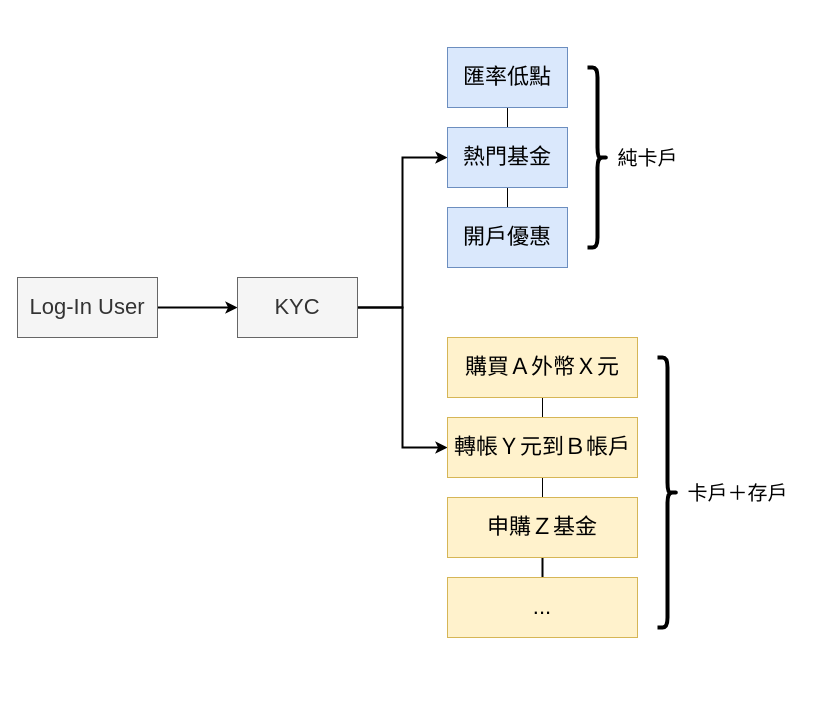
Before: kyc_app.drawio in udothemath/my_drawio, a draw.io diagram. Source tidied: cells renumbered, new cells numbered last; positions are measured from the earlier drawing's top-left corner, leaving out a move shared by most shapes. Both pictures are drawn from the tidied source at 100%, with x=0, y=0 at pixel (17, 47).
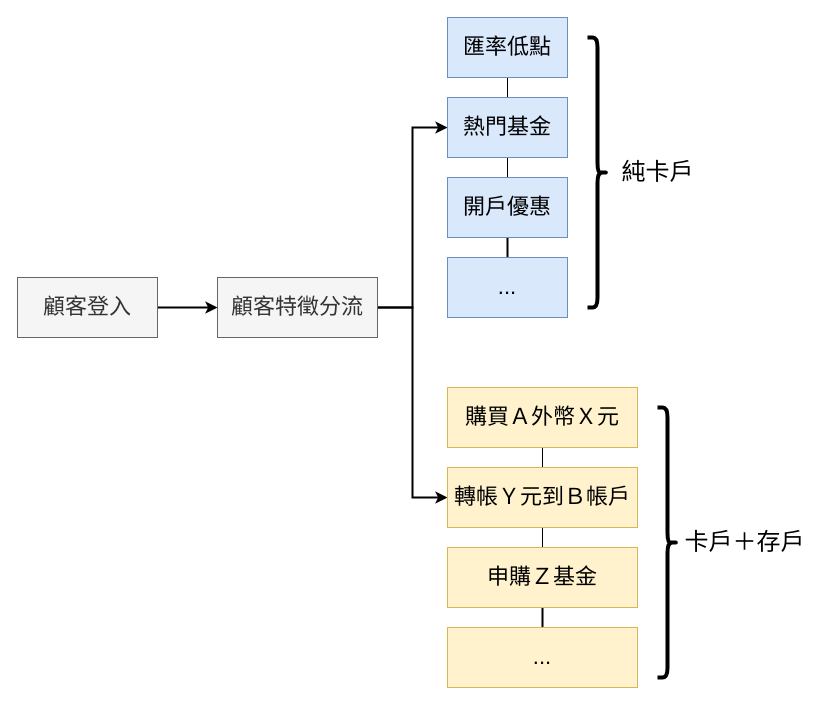
After the change.

Change to the diagram source:
```diff
@@
-    <mxCell id="3" value="&lt;font style=&quot;font-size: 22px&quot;&gt;Log-In User&lt;/font&gt;" style="rounded=0;whiteSpace=wrap;html=1;fillColor=#f5f5f5;strokeColor=#666666;fontColor=#333333;" parent="1" vertex="1">
+    <mxCell id="3" value="&lt;span style=&quot;font-size: 22px&quot;&gt;顧客登入&lt;/span&gt;" style="rounded=0;whiteSpace=wrap;html=1;fillColor=#f5f5f5;strokeColor=#666666;fontColor=#333333;" parent="1" vertex="1">
       <mxGeometry y="230" width="140" height="60" as="geometry" />
     </mxCell>
@@
-    <mxCell id="6" value="&lt;font style=&quot;font-size: 22px&quot;&gt;KYC&lt;/font&gt;" style="rounded=0;whiteSpace=wrap;html=1;fillColor=#f5f5f5;strokeColor=#666666;fontColor=#333333;" parent="1" vertex="1">
-      <mxGeometry x="220" y="230" width="120" height="60" as="geometry" />
+    <mxCell id="6" value="&lt;font style=&quot;font-size: 22px&quot;&gt;顧客特徵分流&lt;/font&gt;" style="rounded=0;whiteSpace=wrap;html=1;fillColor=#f5f5f5;strokeColor=#666666;fontColor=#333333;" parent="1" vertex="1">
+      <mxGeometry x="200" y="230" width="160" height="60" as="geometry" />
     </mxCell>
@@
     <mxCell id="9" value="&lt;font style=&quot;font-size: 22px&quot;&gt;熱門基金&lt;/font&gt;" style="rounded=0;whiteSpace=wrap;html=1;fillColor=#dae8fc;strokeColor=#6c8ebf;" parent="1" vertex="1">
-      <mxGeometry x="430" y="80" width="120" height="60" as="geometry" />
+      <mxGeometry x="430" y="50" width="120" height="60" as="geometry" />
     </mxCell>
     <mxCell id="10" value="&lt;font style=&quot;font-size: 22px&quot;&gt;匯率低點&lt;/font&gt;" style="rounded=0;whiteSpace=wrap;html=1;fillColor=#dae8fc;strokeColor=#6c8ebf;" parent="1" vertex="1">
-      <mxGeometry x="430" width="120" height="60" as="geometry" />
+      <mxGeometry x="430" y="-30" width="120" height="60" as="geometry" />
     </mxCell>
+    <mxCell id="23" style="edgeStyle=orthogonalEdgeStyle;rounded=0;jettySize=auto;html=1;endArrow=none;endFill=0;strokeWidth=2;" parent="1" edge="1" source="11" target="24">
+      <mxGeometry relative="1" as="geometry" />
+    </mxCell>
     <mxCell id="11" value="&lt;font style=&quot;font-size: 22px&quot;&gt;開戶優惠&lt;/font&gt;" style="rounded=0;whiteSpace=wrap;html=1;fillColor=#dae8fc;strokeColor=#6c8ebf;" parent="1" vertex="1">
-      <mxGeometry x="430" y="160" width="120" height="60" as="geometry" />
+      <mxGeometry x="430" y="130" width="120" height="60" as="geometry" />
     </mxCell>
+    <mxCell id="24" value="&lt;span style=&quot;font-size: 22px&quot;&gt;...&lt;/span&gt;" style="rounded=0;whiteSpace=wrap;html=1;fillColor=#dae8fc;strokeColor=#6c8ebf;" parent="1" vertex="1">
+      <mxGeometry x="430" y="210" width="120" height="60" as="geometry" />
+    </mxCell>
@@
     <mxCell id="14" value="&lt;font style=&quot;font-size: 22px&quot;&gt;轉帳Ｙ元到Ｂ帳戶&lt;/font&gt;" style="rounded=0;whiteSpace=wrap;html=1;fillColor=#fff2cc;strokeColor=#d6b656;" parent="1" vertex="1">
-      <mxGeometry x="430" y="370" width="190" height="60" as="geometry" />
+      <mxGeometry x="430" y="420" width="190" height="60" as="geometry" />
     </mxCell>
     <mxCell id="15" value="&lt;font style=&quot;font-size: 22px&quot;&gt;購買Ａ外幣Ｘ元&lt;/font&gt;" style="rounded=0;whiteSpace=wrap;html=1;fillColor=#fff2cc;strokeColor=#d6b656;" parent="1" vertex="1">
-      <mxGeometry x="430" y="290" width="190" height="60" as="geometry" />
+      <mxGeometry x="430" y="340" width="190" height="60" as="geometry" />
     </mxCell>
@@
     <mxCell id="17" value="&lt;font style=&quot;font-size: 22px&quot;&gt;申購Ｚ基金&lt;/font&gt;" style="rounded=0;whiteSpace=wrap;html=1;fillColor=#fff2cc;strokeColor=#d6b656;" parent="1" vertex="1">
-      <mxGeometry x="430" y="450" width="190" height="60" as="geometry" />
+      <mxGeometry x="430" y="500" width="190" height="60" as="geometry" />
     </mxCell>
     <mxCell id="18" value="&lt;span style=&quot;font-size: 22px&quot;&gt;...&lt;/span&gt;" style="rounded=0;whiteSpace=wrap;html=1;fillColor=#fff2cc;strokeColor=#d6b656;" parent="1" vertex="1">
-      <mxGeometry x="430" y="530" width="190" height="60" as="geometry" />
+      <mxGeometry x="430" y="580" width="190" height="60" as="geometry" />
     </mxCell>
     <mxCell id="19" style="shape=curlyBracket;whiteSpace=wrap;html=1;rounded=1;direction=west;strokeWidth=4;" parent="1" vertex="1">
-      <mxGeometry x="640" y="310" width="20" height="270" as="geometry" />
+      <mxGeometry x="640" y="360" width="20" height="270" as="geometry" />
     </mxCell>
-    <mxCell id="20" value="&lt;span style=&quot;font-size: 20px&quot;&gt;卡戶＋存戶&lt;/span&gt;" style="text;html=1;align=center;verticalAlign=middle;" parent="1" vertex="1">
-      <mxGeometry x="660" y="435" width="120" height="20" as="geometry" />
+    <mxCell id="20" value="&lt;font style=&quot;font-size: 24px&quot;&gt;卡戶＋存戶&lt;/font&gt;" style="text;html=1;align=center;verticalAlign=middle;" parent="1" vertex="1">
+      <mxGeometry x="657" y="485" width="140" height="20" as="geometry" />
     </mxCell>
     <mxCell id="21" style="shape=curlyBracket;whiteSpace=wrap;html=1;rounded=1;direction=west;strokeWidth=4;" parent="1" vertex="1">
-      <mxGeometry x="570" y="20" width="20" height="180" as="geometry" />
+      <mxGeometry x="570" y="-10" width="20" height="270" as="geometry" />
     </mxCell>
-    <mxCell id="22" value="&lt;span style=&quot;font-size: 20px&quot;&gt;純卡戶&lt;/span&gt;" style="text;html=1;align=center;verticalAlign=middle;" parent="1" vertex="1">
-      <mxGeometry x="590" y="100" width="80" height="20" as="geometry" />
+    <mxCell id="22" value="&lt;font style=&quot;font-size: 24px&quot;&gt;純卡戶&lt;/font&gt;" style="text;html=1;align=center;verticalAlign=middle;" parent="1" vertex="1">
+      <mxGeometry x="595" y="115" width="90" height="20" as="geometry" />
     </mxCell>
```
